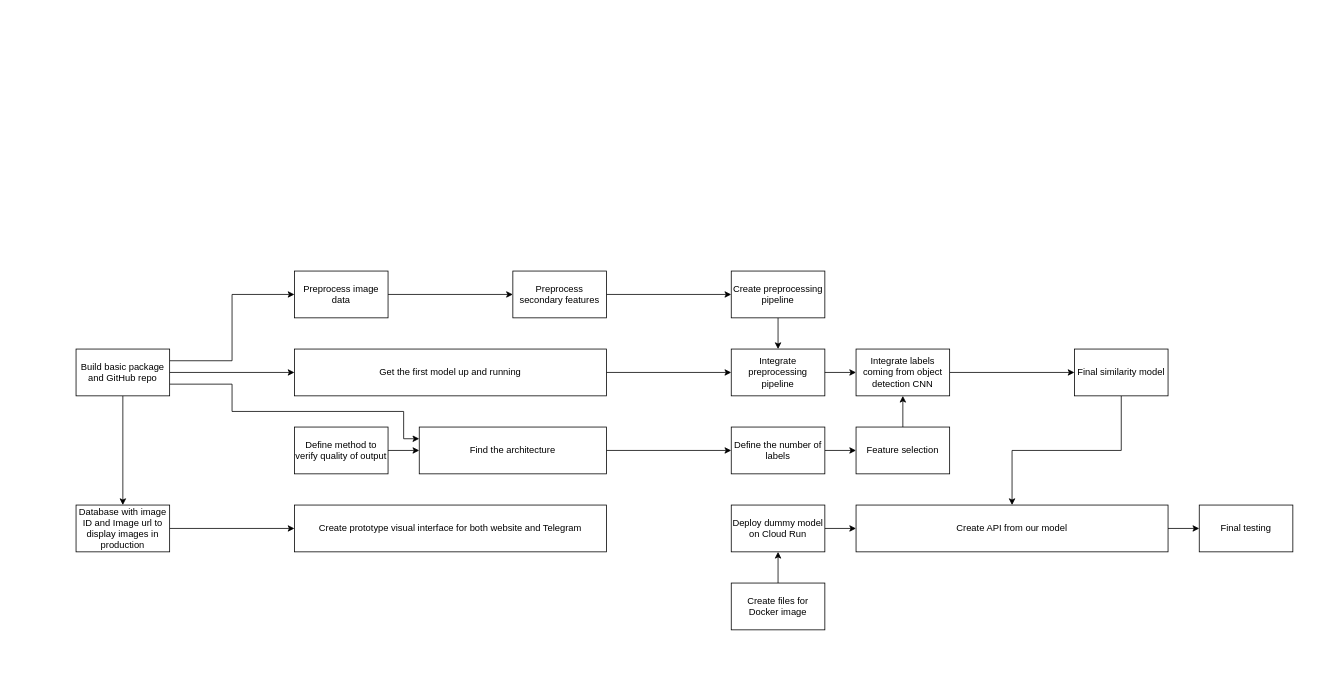
This is Project Flowchart.drawio from seve-26/vincentvanbot, a draw.io file, before an edit. Source tidied: cells renumbered, new cells numbered last; positions are measured from the earlier drawing's top-left corner, leaving out a move shared by most shapes. Both pictures are drawn from the tidied source at 78%, with x=0, y=0 at pixel (76, 271).
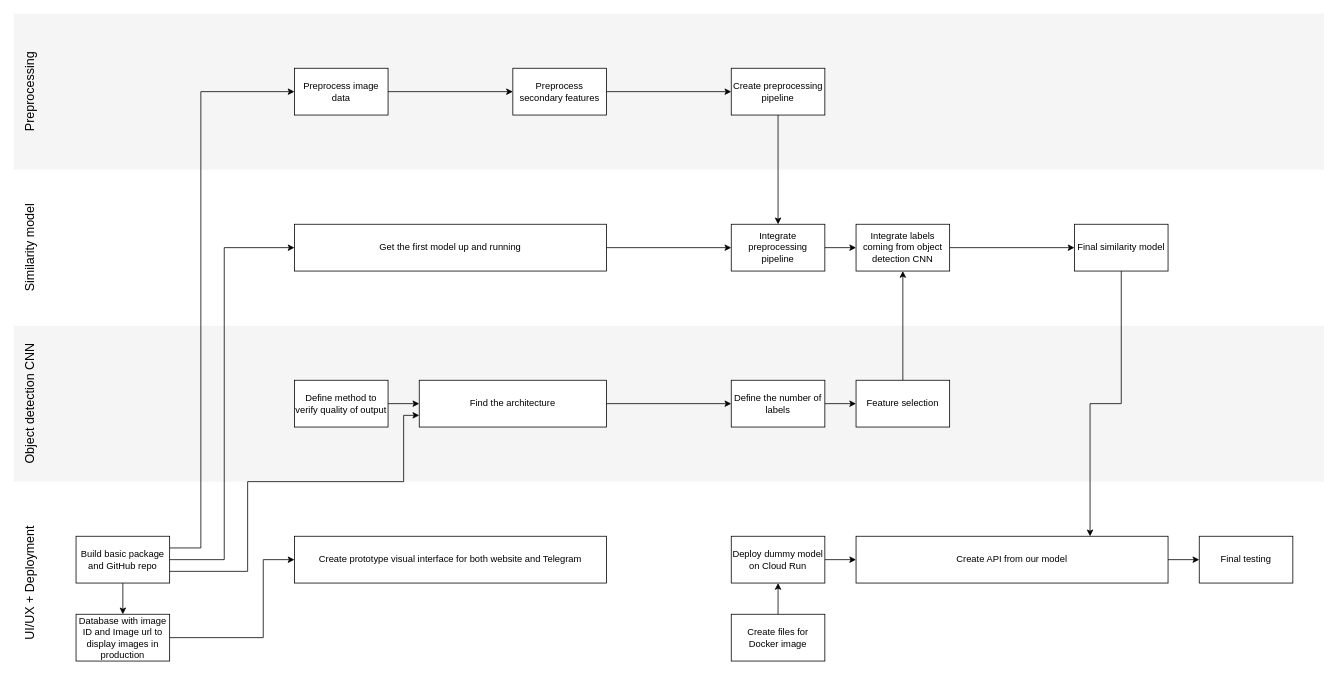
The same page after the edit.

Commit message:
created split across bigger tasks for flowchart

The edit, as a diff of the source:
```diff
@@
+    <mxCell id="39" style="rounded=0;whiteSpace=wrap;html=1;fontColor=#333333;strokeColor=none;fillColor=#FFFFFF;" parent="1" vertex="1">
+      <mxGeometry x="-80" y="270" width="1680" height="260" as="geometry" />
+    </mxCell>
+    <mxCell id="40" style="rounded=0;whiteSpace=wrap;html=1;fillColor=#f5f5f5;fontColor=#333333;strokeColor=none;" parent="1" vertex="1">
+      <mxGeometry x="-80" y="70" width="1680" height="200" as="geometry" />
+    </mxCell>
+    <mxCell id="41" style="rounded=0;whiteSpace=wrap;html=1;fontColor=#333333;strokeColor=none;fillColor=#FFFFFF;" parent="1" vertex="1">
+      <mxGeometry x="-80" y="-130" width="1680" height="200" as="geometry" />
+    </mxCell>
+    <mxCell id="42" style="rounded=0;whiteSpace=wrap;html=1;fillColor=#f5f5f5;fontColor=#333333;strokeColor=none;" parent="1" vertex="1">
+      <mxGeometry x="-80" y="-330" width="1680" height="200" as="geometry" />
+    </mxCell>
     <mxCell id="2" style="edgeStyle=orthogonalEdgeStyle;rounded=0;jettySize=auto;html=1;exitX=1;exitY=0.5;exitDx=0;exitDy=0;entryX=0;entryY=0.5;entryDx=0;entryDy=0;" parent="1" edge="1" source="3" target="34">
-      <mxGeometry relative="1" as="geometry" />
+      <mxGeometry relative="1" as="geometry">
+        <Array as="points">
+          <mxPoint x="240" y="470" />
+          <mxPoint x="240" y="370" />
+        </Array>
+      </mxGeometry>
     </mxCell>
     <mxCell id="3" value="Database with image ID and Image url to display images in production" style="rounded=0;whiteSpace=wrap;html=1;" parent="1" vertex="1">
-      <mxGeometry y="300" width="120" height="60" as="geometry" />
+      <mxGeometry y="440" width="120" height="60" as="geometry" />
     </mxCell>
@@
     <mxCell id="5" value="Preprocess image data" style="rounded=0;whiteSpace=wrap;html=1;" parent="1" vertex="1">
-      <mxGeometry x="280" width="120" height="60" as="geometry" />
+      <mxGeometry x="280" y="-260" width="120" height="60" as="geometry" />
     </mxCell>
@@
     <mxCell id="7" value="Preprocess secondary features" style="rounded=0;whiteSpace=wrap;html=1;" parent="1" vertex="1">
-      <mxGeometry x="560" width="120" height="60" as="geometry" />
+      <mxGeometry x="560" y="-260" width="120" height="60" as="geometry" />
     </mxCell>
@@
     <mxCell id="9" value="Create preprocessing pipeline" style="rounded=0;whiteSpace=wrap;html=1;" parent="1" vertex="1">
-      <mxGeometry x="840" width="120" height="60" as="geometry" />
+      <mxGeometry x="840" y="-260" width="120" height="60" as="geometry" />
     </mxCell>
@@
     <mxCell id="11" value="Define the number of labels" style="rounded=0;whiteSpace=wrap;html=1;" parent="1" vertex="1">
-      <mxGeometry x="840" y="200" width="120" height="60" as="geometry" />
+      <mxGeometry x="840" y="140" width="120" height="60" as="geometry" />
     </mxCell>
@@
     <mxCell id="13" value="Feature selection" style="rounded=0;whiteSpace=wrap;html=1;" parent="1" vertex="1">
-      <mxGeometry x="1000" y="200" width="120" height="60" as="geometry" />
+      <mxGeometry x="1000" y="140" width="120" height="60" as="geometry" />
     </mxCell>
@@
     <mxCell id="15" value="Find the architecture" style="rounded=0;whiteSpace=wrap;html=1;" parent="1" vertex="1">
-      <mxGeometry x="440" y="200" width="240" height="60" as="geometry" />
+      <mxGeometry x="440" y="140" width="240" height="60" as="geometry" />
     </mxCell>
@@
     <mxCell id="17" value="Define method to verify quality of output" style="rounded=0;whiteSpace=wrap;html=1;" parent="1" vertex="1">
-      <mxGeometry x="280" y="200" width="120" height="60" as="geometry" />
+      <mxGeometry x="280" y="140" width="120" height="60" as="geometry" />
     </mxCell>
@@
     <mxCell id="19" value="Get the first model up and running" style="rounded=0;whiteSpace=wrap;html=1;" parent="1" vertex="1">
-      <mxGeometry x="280" y="100" width="400" height="60" as="geometry" />
+      <mxGeometry x="280" y="-60" width="400" height="60" as="geometry" />
     </mxCell>
     <mxCell id="20" value="Integrate preprocessing pipeline" style="rounded=0;whiteSpace=wrap;html=1;" parent="1" vertex="1">
-      <mxGeometry x="840" y="100" width="120" height="60" as="geometry" />
+      <mxGeometry x="840" y="-60" width="120" height="60" as="geometry" />
     </mxCell>
@@
     <mxCell id="22" style="edgeStyle=orthogonalEdgeStyle;rounded=0;jettySize=auto;html=1;exitX=1;exitY=0.25;exitDx=0;exitDy=0;entryX=0;entryY=0.5;entryDx=0;entryDy=0;" parent="1" edge="1" source="25" target="5">
-      <mxGeometry relative="1" as="geometry" />
+      <mxGeometry relative="1" as="geometry">
+        <Array as="points">
+          <mxPoint x="160" y="355" />
+          <mxPoint x="160" y="-230" />
+        </Array>
+      </mxGeometry>
     </mxCell>
     <mxCell id="23" style="edgeStyle=orthogonalEdgeStyle;rounded=0;jettySize=auto;html=1;exitX=1;exitY=0.5;exitDx=0;exitDy=0;entryX=0;entryY=0.5;entryDx=0;entryDy=0;" parent="1" edge="1" source="25" target="19">
-      <mxGeometry relative="1" as="geometry" />
+      <mxGeometry relative="1" as="geometry">
+        <Array as="points">
+          <mxPoint x="190" y="370" />
+          <mxPoint x="190" y="-30" />
+        </Array>
+      </mxGeometry>
     </mxCell>
-    <mxCell id="24" style="edgeStyle=orthogonalEdgeStyle;rounded=0;jettySize=auto;html=1;exitX=1;exitY=0.75;exitDx=0;exitDy=0;entryX=0;entryY=0.25;entryDx=0;entryDy=0;" parent="1" edge="1" source="25" target="15">
+    <mxCell id="24" style="edgeStyle=orthogonalEdgeStyle;rounded=0;jettySize=auto;html=1;exitX=1;exitY=0.75;exitDx=0;exitDy=0;entryX=0;entryY=0.75;entryDx=0;entryDy=0;" parent="1" edge="1" source="25" target="15">
       <mxGeometry relative="1" as="geometry">
         <Array as="points">
-          <mxPoint x="200" y="145" />
-          <mxPoint x="200" y="180" />
-          <mxPoint x="420" y="180" />
-          <mxPoint x="420" y="215" />
+          <mxPoint x="220" y="385" />
+          <mxPoint x="220" y="270" />
+          <mxPoint x="420" y="270" />
+          <mxPoint x="420" y="185" />
         </Array>
       </mxGeometry>
     </mxCell>
     <mxCell id="25" value="Build basic package and GitHub repo" style="rounded=0;whiteSpace=wrap;html=1;" parent="1" vertex="1">
-      <mxGeometry y="100" width="120" height="60" as="geometry" />
+      <mxGeometry y="340" width="120" height="60" as="geometry" />
     </mxCell>
@@
     <mxCell id="27" value="Deploy dummy model on Cloud Run" style="rounded=0;whiteSpace=wrap;html=1;" parent="1" vertex="1">
-      <mxGeometry x="840" y="300" width="120" height="60" as="geometry" />
+      <mxGeometry x="840" y="340" width="120" height="60" as="geometry" />
     </mxCell>
@@
     <mxCell id="29" value="Final testing" style="rounded=0;whiteSpace=wrap;html=1;" parent="1" vertex="1">
-      <mxGeometry x="1440" y="300" width="120" height="60" as="geometry" />
+      <mxGeometry x="1440" y="340" width="120" height="60" as="geometry" />
     </mxCell>
@@
     <mxCell id="31" value="Create files for Docker image" style="rounded=0;whiteSpace=wrap;html=1;" parent="1" vertex="1">
-      <mxGeometry x="840" y="400" width="120" height="60" as="geometry" />
+      <mxGeometry x="840" y="440" width="120" height="60" as="geometry" />
     </mxCell>
-    <mxCell id="32" style="edgeStyle=orthogonalEdgeStyle;rounded=0;jettySize=auto;html=1;exitX=0.5;exitY=1;exitDx=0;exitDy=0;entryX=0.5;entryY=0;entryDx=0;entryDy=0;" parent="1" edge="1" source="33" target="38">
+    <mxCell id="32" style="edgeStyle=orthogonalEdgeStyle;rounded=0;jettySize=auto;html=1;exitX=0.5;exitY=1;exitDx=0;exitDy=0;entryX=0.75;entryY=0;entryDx=0;entryDy=0;" parent="1" edge="1" source="33" target="38">
       <mxGeometry relative="1" as="geometry" />
     </mxCell>
     <mxCell id="33" value="Final similarity model" style="rounded=0;whiteSpace=wrap;html=1;" parent="1" vertex="1">
-      <mxGeometry x="1280" y="100" width="120" height="60" as="geometry" />
+      <mxGeometry x="1280" y="-60" width="120" height="60" as="geometry" />
     </mxCell>
     <mxCell id="34" value="Create prototype visual interface for both website and Telegram" style="rounded=0;whiteSpace=wrap;html=1;" parent="1" vertex="1">
-      <mxGeometry x="280" y="300" width="400" height="60" as="geometry" />
+      <mxGeometry x="280" y="340" width="400" height="60" as="geometry" />
     </mxCell>
@@
     <mxCell id="36" value="Integrate labels coming from object detection CNN" style="rounded=0;whiteSpace=wrap;html=1;" parent="1" vertex="1">
-      <mxGeometry x="1000" y="100" width="120" height="60" as="geometry" />
+      <mxGeometry x="1000" y="-60" width="120" height="60" as="geometry" />
     </mxCell>
@@
     <mxCell id="38" value="Create API from our model" style="rounded=0;whiteSpace=wrap;html=1;" parent="1" vertex="1">
-      <mxGeometry x="1000" y="300" width="400" height="60" as="geometry" />
+      <mxGeometry x="1000" y="340" width="400" height="60" as="geometry" />
     </mxCell>
+    <mxCell id="43" value="UI/UX + Deployment" style="text;html=1;strokeColor=none;fillColor=none;align=center;verticalAlign=middle;whiteSpace=wrap;rounded=0;rotation=-90;fontSize=16;" parent="1" vertex="1">
+      <mxGeometry x="-190" y="380" width="260" height="40" as="geometry" />
+    </mxCell>
+    <mxCell id="44" value="Object detection CNN" style="text;html=1;strokeColor=none;fillColor=none;align=center;verticalAlign=middle;whiteSpace=wrap;rounded=0;rotation=-90;fontSize=16;" parent="1" vertex="1">
+      <mxGeometry x="-160" y="150" width="200" height="40" as="geometry" />
+    </mxCell>
+    <mxCell id="45" value="Similarity model" style="text;html=1;strokeColor=none;fillColor=none;align=center;verticalAlign=middle;whiteSpace=wrap;rounded=0;rotation=-90;fontSize=16;" parent="1" vertex="1">
+      <mxGeometry x="-160" y="-50" width="200" height="40" as="geometry" />
+    </mxCell>
+    <mxCell id="46" value="Preprocessing" style="text;html=1;strokeColor=none;fillColor=none;align=center;verticalAlign=middle;whiteSpace=wrap;rounded=0;rotation=-90;fontSize=16;" parent="1" vertex="1">
+      <mxGeometry x="-160" y="-250" width="200" height="40" as="geometry" />
+    </mxCell>
```
